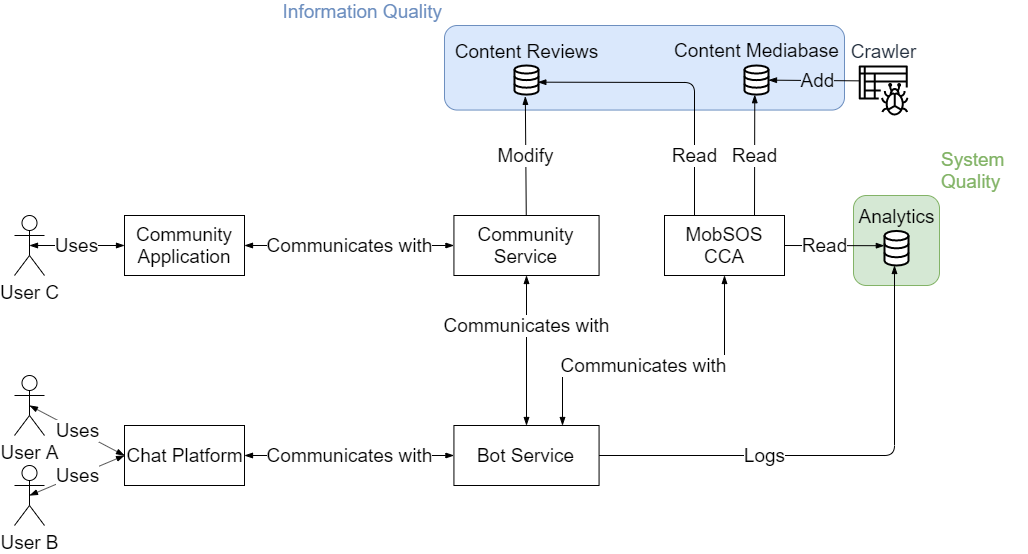
Before: figures/realization/Component_Diagramm.png, a diagram exported from draw.io (lakhoune/bachelor-thesis). Source tidied: cells renumbered, new cells last; positions are measured from the earlier drawing's top-left corner, leaving out a move shared by most shapes.
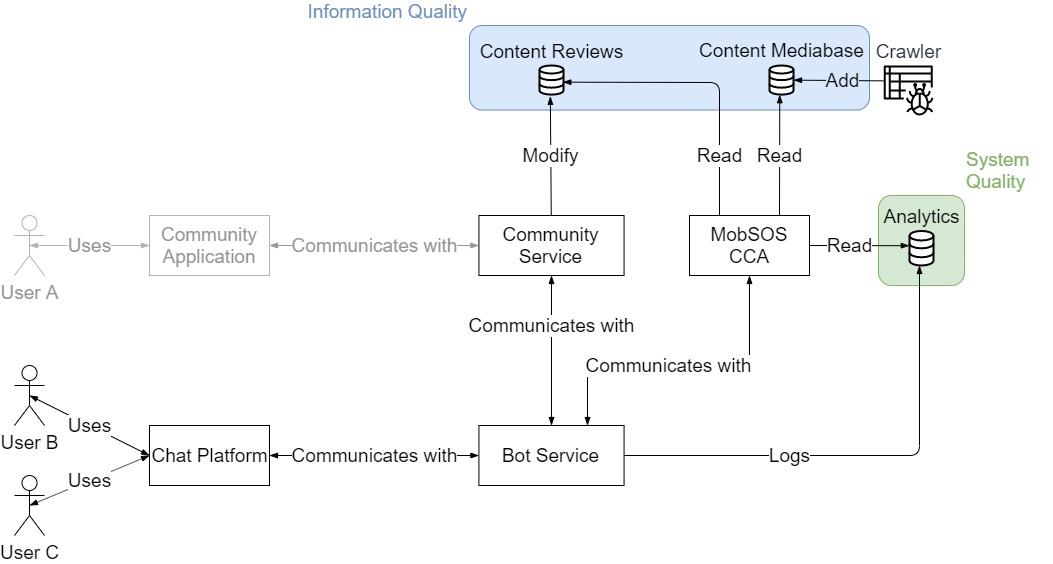
Later version of the same file.

Commit message:
component diagramm

What changed in the source:
```diff
@@ -11,8 +11,8 @@
     <mxCell id="4" value="Uses" style="rounded=0;jettySize=auto;html=1;endArrow=blockThin;endFill=1;startArrow=blockThin;startFill=1;fontSize=19;entryX=0;entryY=0.5;entryDx=0;entryDy=0;exitX=0.5;exitY=0.5;exitDx=0;exitDy=0;exitPerimeter=0;" parent="1" edge="1" source="5" target="7">
       <mxGeometry relative="1" as="geometry" />
     </mxCell>
-    <mxCell id="5" value="User A" style="shape=umlActor;verticalLabelPosition=bottom;labelBackgroundColor=#ffffff;verticalAlign=top;html=1;outlineConnect=0;fontSize=19;" parent="1" vertex="1">
-      <mxGeometry y="350" width="30" height="60" as="geometry" />
+    <mxCell id="5" value="User B" style="shape=umlActor;verticalLabelPosition=bottom;labelBackgroundColor=#ffffff;verticalAlign=top;html=1;outlineConnect=0;fontSize=19;" parent="1" vertex="1">
+      <mxGeometry x="-25" y="340" width="30" height="60" as="geometry" />
     </mxCell>
     <mxCell id="6" style="group;fontSize=19;" parent="1" vertex="1">
       <mxGeometry x="110" y="400" width="125" height="60" as="geometry" />
@@ -72,8 +72,8 @@
     <mxCell id="22" value="Community Service" style="rounded=0;whiteSpace=wrap;html=1;strokeColor=#000000;fontSize=19;" parent="1" vertex="1">
       <mxGeometry x="439.4" y="190" width="145.1" height="60" as="geometry" />
     </mxCell>
-    <mxCell id="23" value="User B" style="shape=umlActor;verticalLabelPosition=bottom;labelBackgroundColor=#ffffff;verticalAlign=top;html=1;outlineConnect=0;fontSize=19;" parent="1" vertex="1">
-      <mxGeometry y="440" width="30" height="60" as="geometry" />
+    <mxCell id="23" value="User C" style="shape=umlActor;verticalLabelPosition=bottom;labelBackgroundColor=#ffffff;verticalAlign=top;html=1;outlineConnect=0;fontSize=19;" parent="1" vertex="1">
+      <mxGeometry x="-25" y="450" width="30" height="60" as="geometry" />
     </mxCell>
     <mxCell id="24" value="Uses" style="endArrow=blockThin;startArrow=blockThin;html=1;fontSize=19;entryX=0;entryY=0.5;entryDx=0;entryDy=0;startFill=1;endFill=1;exitX=0.5;exitY=0.5;exitDx=0;exitDy=0;exitPerimeter=0;" parent="1" edge="1" source="23" target="7">
       <mxGeometry relative="1" as="geometry" />
@@ -81,16 +81,16 @@
     <mxCell id="25" value="MobSOS CCA" style="rounded=0;whiteSpace=wrap;html=1;strokeColor=#000000;fontSize=19;" parent="1" vertex="1">
       <mxGeometry x="650" y="190" width="120" height="60" as="geometry" />
     </mxCell>
-    <mxCell id="26" value="User C" style="shape=umlActor;verticalLabelPosition=bottom;labelBackgroundColor=#ffffff;verticalAlign=top;html=1;outlineConnect=0;strokeColor=#000000;fontSize=19;" parent="1" vertex="1">
-      <mxGeometry y="190" width="30" height="60" as="geometry" />
+    <mxCell id="26" value="User A" style="shape=umlActor;verticalLabelPosition=bottom;labelBackgroundColor=#ffffff;verticalAlign=top;html=1;outlineConnect=0;strokeColor=#B3B3B3;fontSize=19;fontColor=#969696;" parent="1" vertex="1">
+      <mxGeometry x="-25" y="190" width="30" height="60" as="geometry" />
     </mxCell>
-    <mxCell id="27" value="Communicates with" style="edgeStyle=none;jettySize=auto;html=1;startArrow=blockThin;startFill=1;endArrow=blockThin;endFill=1;fontSize=19;" parent="1" edge="1" source="29" target="22">
+    <mxCell id="27" value="Communicates with" style="edgeStyle=none;jettySize=auto;html=1;startArrow=blockThin;startFill=1;endArrow=blockThin;endFill=1;fontSize=19;strokeColor=#969696;fontColor=#969696;" parent="1" edge="1" source="29" target="22">
       <mxGeometry relative="1" as="geometry" />
     </mxCell>
-    <mxCell id="28" value="Uses" style="edgeStyle=none;jettySize=auto;html=1;entryX=0.5;entryY=0.5;entryDx=0;entryDy=0;entryPerimeter=0;startArrow=blockThin;startFill=1;endArrow=blockThin;endFill=1;fontSize=19;" parent="1" edge="1" source="29" target="26">
+    <mxCell id="28" value="Uses" style="edgeStyle=none;jettySize=auto;html=1;entryX=0.5;entryY=0.5;entryDx=0;entryDy=0;entryPerimeter=0;startArrow=blockThin;startFill=1;endArrow=blockThin;endFill=1;fontSize=19;strokeColor=#B3B3B3;fontColor=#969696;" parent="1" edge="1" source="29" target="26">
       <mxGeometry relative="1" as="geometry" />
     </mxCell>
-    <mxCell id="29" value="Community Application" style="rounded=0;whiteSpace=wrap;html=1;strokeColor=#000000;fontSize=19;" parent="1" vertex="1">
+    <mxCell id="29" value="Community Application" style="rounded=0;whiteSpace=wrap;html=1;strokeColor=#B3B3B3;fontSize=19;fontColor=#969696;" parent="1" vertex="1">
       <mxGeometry x="110" y="190" width="120" height="60" as="geometry" />
     </mxCell>
     <mxCell id="30" value="Crawler" style="outlineConnect=0;fontColor=#232F3E;gradientColor=none;fillColor=#000000;strokeColor=none;dashed=0;verticalLabelPosition=top;verticalAlign=bottom;align=center;html=1;fontSize=19;fontStyle=0;shape=mxgraph.aws4.glue_crawlers;labelPosition=center;" parent="1" vertex="1">
```
